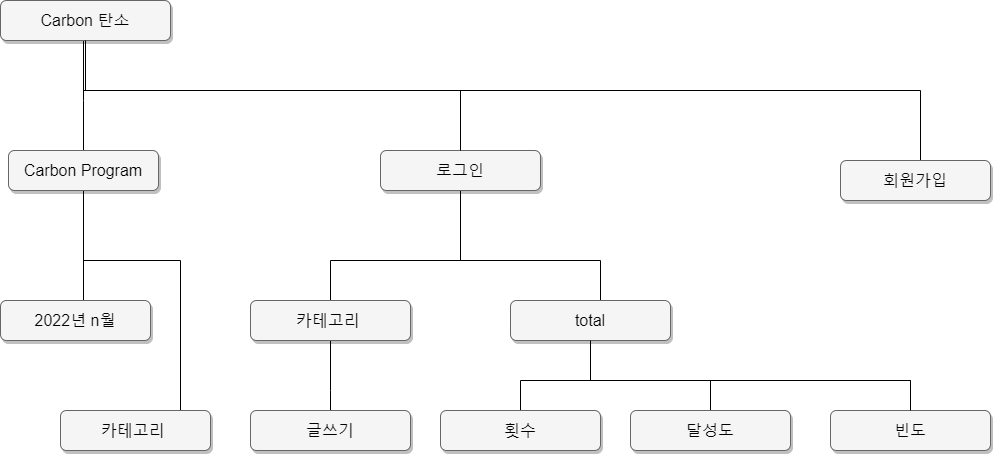
This is 메뉴구성도.drawio.png from YeJin-An/YeJin-An, a draw.io export, as it was before one commit. Source tidied: cells renumbered, new cells last; positions are measured from the earlier drawing's top-left corner, leaving out a move shared by most shapes. Its diagram source:
```xml
<mxGraphModel>
  <root>
    <mxCell id="0" style="html=1;" />
    <mxCell id="1" style="html=1;" parent="0" />
    <mxCell id="2" style="edgeStyle=orthogonalEdgeStyle;rounded=0;jettySize=auto;html=1;endArrow=none;endFill=0;" parent="1" edge="1" source="4" target="12">
      <mxGeometry relative="1" as="geometry">
        <Array as="points">
          <mxPoint x="83" y="100" />
          <mxPoint x="83" y="100" />
        </Array>
      </mxGeometry>
    </mxCell>
    <mxCell id="3" style="edgeStyle=orthogonalEdgeStyle;rounded=0;jettySize=auto;html=1;endArrow=none;endFill=0;" parent="1" edge="1" source="4" target="9">
      <mxGeometry relative="1" as="geometry">
        <Array as="points">
          <mxPoint x="83" y="90" />
          <mxPoint x="920" y="90" />
        </Array>
      </mxGeometry>
    </mxCell>
    <mxCell id="4" value="Carbon 탄소" style="whiteSpace=wrap;html=1;rounded=1;shadow=1;strokeWidth=1;fontSize=16;align=center;fillColor=#f5f5f5;strokeColor=#666666;" parent="1" vertex="1">
      <mxGeometry width="170" height="40" as="geometry" />
    </mxCell>
    <mxCell id="5" style="edgeStyle=orthogonalEdgeStyle;rounded=0;jettySize=auto;html=1;endArrow=none;endFill=0;" parent="1" edge="1" source="7" target="16">
      <mxGeometry relative="1" as="geometry">
        <Array as="points">
          <mxPoint x="460" y="260" />
          <mxPoint x="330" y="260" />
        </Array>
      </mxGeometry>
    </mxCell>
    <mxCell id="6" style="edgeStyle=orthogonalEdgeStyle;rounded=0;jettySize=auto;html=1;endArrow=none;endFill=0;" parent="1" edge="1" source="7" target="20">
      <mxGeometry relative="1" as="geometry">
        <Array as="points">
          <mxPoint x="460" y="260" />
          <mxPoint x="600" y="260" />
        </Array>
      </mxGeometry>
    </mxCell>
    <mxCell id="7" value="로그인" style="whiteSpace=wrap;html=1;rounded=1;shadow=1;strokeWidth=1;fontSize=16;align=center;fillColor=#f5f5f5;strokeColor=#666666;" parent="1" vertex="1">
      <mxGeometry x="380" y="150" width="160" height="40" as="geometry" />
    </mxCell>
    <mxCell id="8" style="html=1;startSize=6;endFill=0;endSize=6;strokeWidth=1;fontSize=16;rounded=0;endArrow=none;edgeStyle=orthogonalEdgeStyle;" parent="1" edge="1" source="4" target="7">
      <mxGeometry relative="1" as="geometry">
        <Array as="points">
          <mxPoint x="85" y="90" />
          <mxPoint x="460" y="90" />
        </Array>
      </mxGeometry>
    </mxCell>
    <mxCell id="9" value="회원가입" style="whiteSpace=wrap;html=1;rounded=1;shadow=1;strokeWidth=1;fontSize=16;align=center;fillColor=#f5f5f5;strokeColor=#666666;" parent="1" vertex="1">
      <mxGeometry x="840" y="160" width="150" height="40" as="geometry" />
    </mxCell>
    <mxCell id="10" style="edgeStyle=orthogonalEdgeStyle;rounded=0;jettySize=auto;html=1;endArrow=none;endFill=0;" parent="1" edge="1" source="12" target="13">
      <mxGeometry relative="1" as="geometry">
        <Array as="points">
          <mxPoint x="83" y="260" />
          <mxPoint x="180" y="260" />
        </Array>
      </mxGeometry>
    </mxCell>
    <mxCell id="11" style="edgeStyle=orthogonalEdgeStyle;rounded=0;jettySize=auto;html=1;endArrow=none;endFill=0;" parent="1" edge="1" source="12" target="14">
      <mxGeometry relative="1" as="geometry">
        <Array as="points">
          <mxPoint x="83" y="310" />
          <mxPoint x="83" y="310" />
        </Array>
      </mxGeometry>
    </mxCell>
    <mxCell id="12" value="Carbon Program" style="whiteSpace=wrap;html=1;rounded=1;shadow=1;strokeWidth=1;fontSize=16;align=center;fillColor=#f5f5f5;strokeColor=#666666;" parent="1" vertex="1">
      <mxGeometry x="8" y="150" width="150" height="40" as="geometry" />
    </mxCell>
    <mxCell id="13" value="카테고리&amp;nbsp;" style="whiteSpace=wrap;html=1;rounded=1;shadow=1;strokeWidth=1;fontSize=16;align=center;fillColor=#f5f5f5;strokeColor=#666666;" parent="1" vertex="1">
      <mxGeometry x="60" y="410" width="150" height="40" as="geometry" />
    </mxCell>
    <mxCell id="14" value="2022년 n월" style="whiteSpace=wrap;html=1;rounded=1;shadow=1;strokeWidth=1;fontSize=16;align=center;fillColor=#f5f5f5;strokeColor=#666666;" parent="1" vertex="1">
      <mxGeometry y="300" width="150" height="40" as="geometry" />
    </mxCell>
    <mxCell id="15" style="edgeStyle=orthogonalEdgeStyle;rounded=0;jettySize=auto;html=1;endArrow=none;endFill=0;" parent="1" edge="1" source="16" target="21">
      <mxGeometry relative="1" as="geometry">
        <Array as="points">
          <mxPoint x="330" y="390" />
          <mxPoint x="330" y="390" />
        </Array>
      </mxGeometry>
    </mxCell>
    <mxCell id="16" value="카테고리&amp;nbsp;" style="whiteSpace=wrap;html=1;rounded=1;shadow=1;strokeWidth=1;fontSize=16;align=center;fillColor=#f5f5f5;strokeColor=#666666;" parent="1" vertex="1">
      <mxGeometry x="250" y="300" width="160" height="40" as="geometry" />
    </mxCell>
    <mxCell id="17" style="edgeStyle=orthogonalEdgeStyle;rounded=0;jettySize=auto;html=1;endArrow=none;endFill=0;" parent="1" edge="1" source="20" target="22">
      <mxGeometry relative="1" as="geometry">
        <Array as="points">
          <mxPoint x="590" y="380" />
          <mxPoint x="520" y="380" />
        </Array>
      </mxGeometry>
    </mxCell>
    <mxCell id="18" style="edgeStyle=orthogonalEdgeStyle;rounded=0;jettySize=auto;html=1;endArrow=none;endFill=0;" parent="1" edge="1" source="20" target="24">
      <mxGeometry relative="1" as="geometry">
        <Array as="points">
          <mxPoint x="590" y="380" />
          <mxPoint x="910" y="380" />
        </Array>
      </mxGeometry>
    </mxCell>
    <mxCell id="19" style="edgeStyle=orthogonalEdgeStyle;rounded=0;jettySize=auto;html=1;endArrow=none;endFill=0;" parent="1" edge="1" source="20" target="23">
      <mxGeometry relative="1" as="geometry">
        <Array as="points">
          <mxPoint x="590" y="380" />
          <mxPoint x="710" y="380" />
        </Array>
      </mxGeometry>
    </mxCell>
    <mxCell id="20" value="total" style="whiteSpace=wrap;html=1;rounded=1;shadow=1;strokeWidth=1;fontSize=16;align=center;fillColor=#f5f5f5;strokeColor=#666666;" parent="1" vertex="1">
      <mxGeometry x="510" y="300" width="160" height="40" as="geometry" />
    </mxCell>
    <mxCell id="21" value="글쓰기" style="whiteSpace=wrap;html=1;rounded=1;shadow=1;strokeWidth=1;fontSize=16;align=center;fillColor=#f5f5f5;strokeColor=#666666;" parent="1" vertex="1">
      <mxGeometry x="250" y="410" width="160" height="40" as="geometry" />
    </mxCell>
    <mxCell id="22" value="횟수" style="whiteSpace=wrap;html=1;rounded=1;shadow=1;strokeWidth=1;fontSize=16;align=center;fillColor=#f5f5f5;strokeColor=#666666;" parent="1" vertex="1">
      <mxGeometry x="440" y="410" width="160" height="40" as="geometry" />
    </mxCell>
    <mxCell id="23" value="달성도" style="whiteSpace=wrap;html=1;rounded=1;shadow=1;strokeWidth=1;fontSize=16;align=center;fillColor=#f5f5f5;strokeColor=#666666;" parent="1" vertex="1">
      <mxGeometry x="630" y="410" width="160" height="40" as="geometry" />
    </mxCell>
    <mxCell id="24" value="빈도" style="whiteSpace=wrap;html=1;rounded=1;shadow=1;strokeWidth=1;fontSize=16;align=center;fillColor=#f5f5f5;strokeColor=#666666;" parent="1" vertex="1">
      <mxGeometry x="830" y="410" width="160" height="40" as="geometry" />
    </mxCell>
    <mxCell id="25" style="edgeStyle=orthogonalEdgeStyle;rounded=0;jettySize=auto;html=1;endArrow=none;endFill=0;" parent="1" edge="1" source="20" target="24">
      <mxGeometry relative="1" as="geometry">
        <Array as="points">
          <mxPoint x="590" y="380" />
          <mxPoint x="910" y="380" />
        </Array>
      </mxGeometry>
    </mxCell>
  </root>
</mxGraphModel>
```
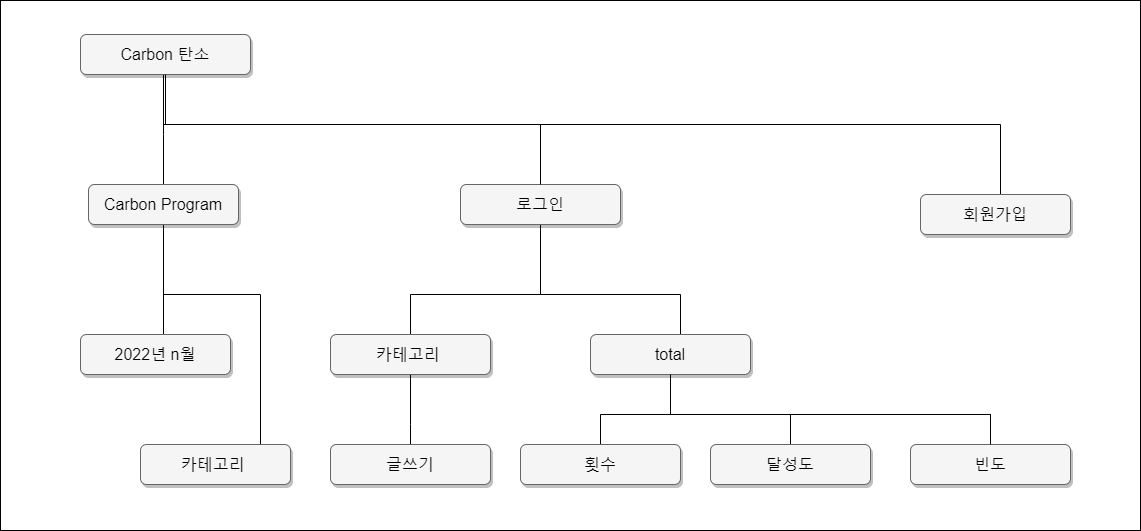
After the commit.

Commit message:
메뉴구성도 replace it

What changed in the source:
```diff
@@ -2,6 +2,9 @@
   <root>
     <mxCell id="0" style="html=1;" />
     <mxCell id="1" style="html=1;" parent="0" />
+    <mxCell id="26" style="rounded=0;whiteSpace=wrap;html=1;" parent="1" vertex="1">
+      <mxGeometry x="-80" y="-34" width="1140" height="530" as="geometry" />
+    </mxCell>
     <mxCell id="2" style="edgeStyle=orthogonalEdgeStyle;rounded=0;jettySize=auto;html=1;endArrow=none;endFill=0;" parent="1" edge="1" source="4" target="12">
       <mxGeometry relative="1" as="geometry">
         <Array as="points">
```
